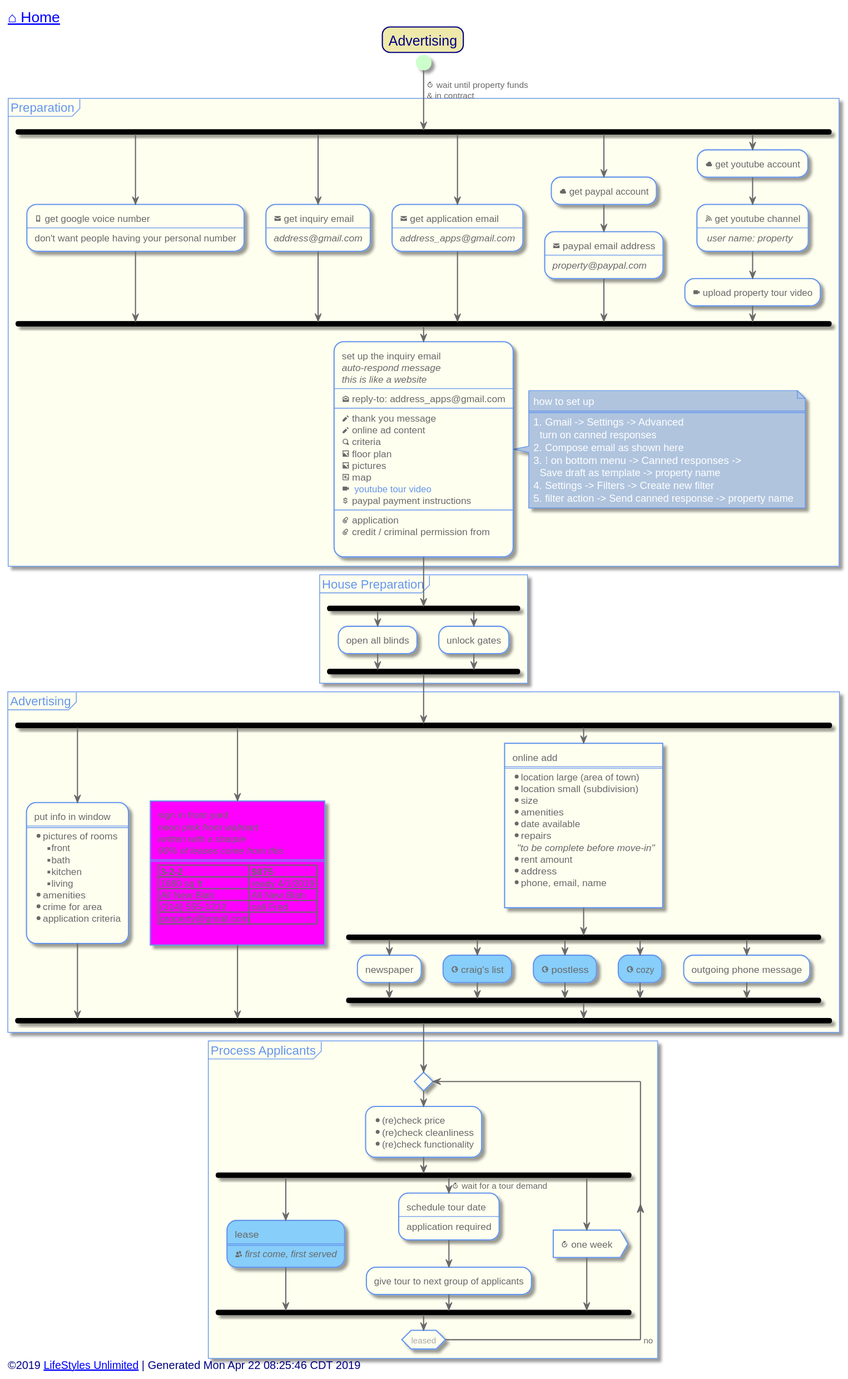
toddmo/lifestylesunlimited keeps this PlantUML diagram as out/src/single-family/advertising.svg. Above is the earlier version.
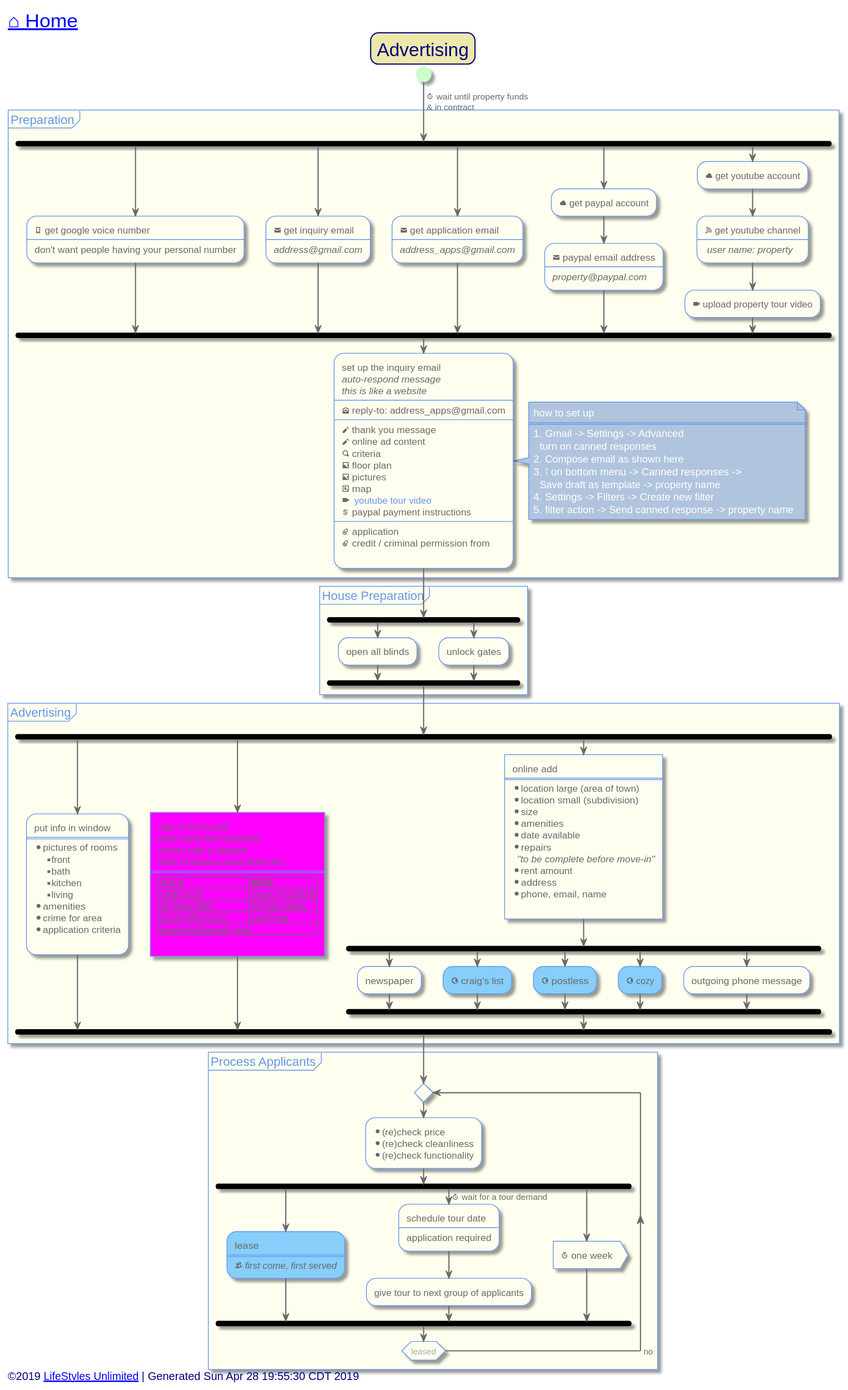
Later version of the same file.

Change to the diagram source:
```diff
@@ -11,11 +11,13 @@
   BackgroundColor PaleGoldenRod
   BorderColor Navy
   BorderRoundCorner 20
+  FontSize 24
 }
 
 skinparam activity {
   BackgroundColor Ivory
   BorderColor CornflowerBlue
+  BorderThickness 1
   FontColor DimGray
 
 
@@ -73,7 +75,7 @@
 
 
 left header
-	<font color=Navy size=18>[[../index.svg ⌂ Home]]</font>
+	<font color=Navy size=24>[[../index.svg ⌂ Home]]</font>
 endheader
 
 
@@ -224,7 +226,7 @@
 
 
 left footer
-	<font size=14>©2019 [[http://www.lifestylesunlimited.com LifeStyles Unlimited]] | Generated Mon Apr 22 08:25:46 CDT 2019</font>
+	<font size=14>©2019 [[http://www.lifestylesunlimited.com LifeStyles Unlimited]] | Generated Sun Apr 28 19:55:30 CDT 2019</font>
 endfooter
 
 
```
